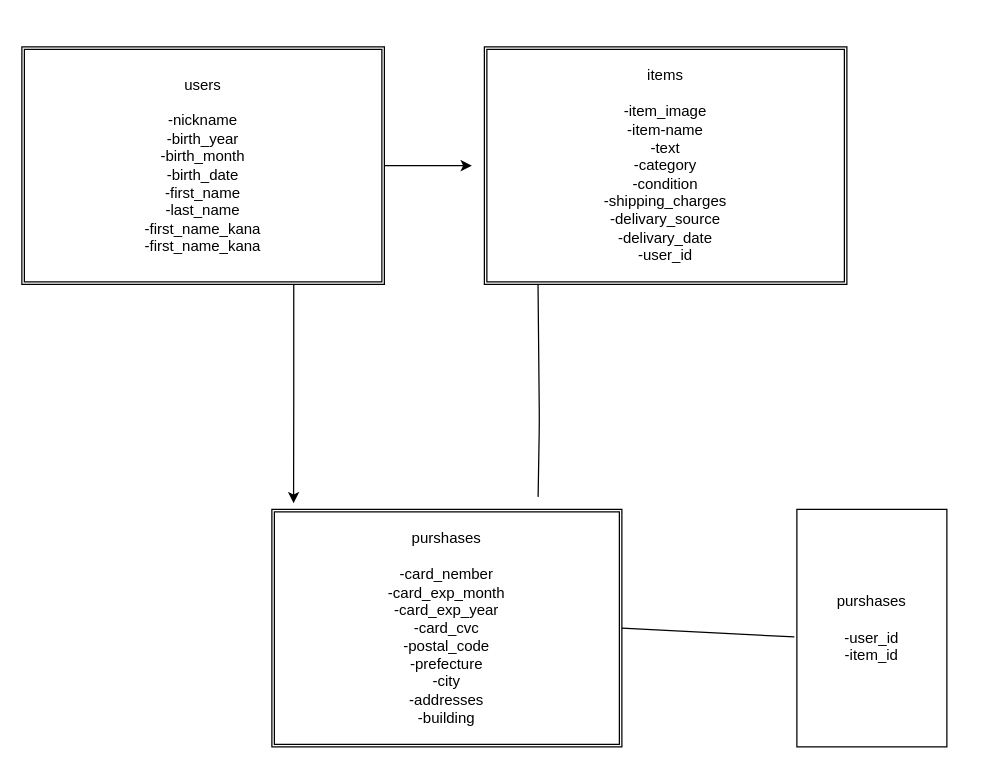
Before: test.dio in ryotanakatsuka/furima-30432, a draw.io diagram. Source tidied: cells renumbered, new cells numbered last; positions are measured from the earlier drawing's top-left corner, leaving out a move shared by most shapes. Both pictures are drawn from the tidied source at 125%, with x=0, y=0 at pixel (21, 46).
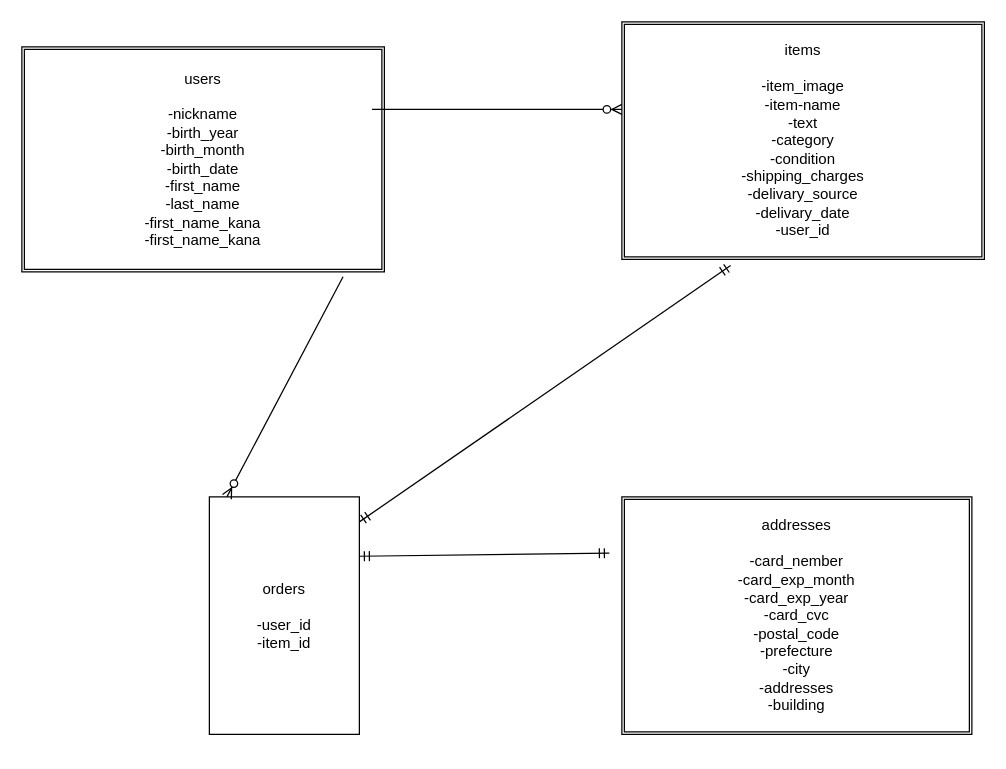
Above is the later version.

The edit, as a diff of the source:
```diff
@@
 <mxGraphModel>
   <root>
     <mxCell id="0" />
     <mxCell id="1" parent="0" />
-    <mxCell id="2" style="edgeStyle=orthogonalEdgeStyle;rounded=0;jettySize=auto;html=1;exitX=1;exitY=0.5;exitDx=0;exitDy=0;" parent="1" edge="1" source="4">
-      <mxGeometry relative="1" as="geometry">
-        <mxPoint x="360" y="95" as="targetPoint" />
-      </mxGeometry>
-    </mxCell>
-    <mxCell id="3" style="edgeStyle=orthogonalEdgeStyle;rounded=0;jettySize=auto;html=1;exitX=0.75;exitY=1;exitDx=0;exitDy=0;entryX=0.062;entryY=-0.026;entryDx=0;entryDy=0;entryPerimeter=0;" parent="1" edge="1" source="4" target="6">
-      <mxGeometry relative="1" as="geometry" />
-    </mxCell>
     <mxCell id="4" value="users&lt;br&gt;&lt;br&gt;-nickname&lt;br&gt;-birth_year&lt;br&gt;-birth_month&lt;br&gt;-birth_date&lt;br&gt;-first_name&lt;br&gt;-last_name&lt;br&gt;-first_name_kana&lt;br&gt;-first_name_kana" style="shape=ext;double=1;rounded=0;whiteSpace=wrap;html=1;" parent="1" vertex="1">
-      <mxGeometry width="290" height="190" as="geometry" />
+      <mxGeometry width="290" height="180" as="geometry" />
     </mxCell>
     <mxCell id="5" value="items&lt;br&gt;&lt;br&gt;-item_image&lt;br&gt;-item-name&lt;br&gt;-text&lt;br&gt;-category&lt;br&gt;-condition&lt;br&gt;-shipping_charges&lt;br&gt;-delivary_source&lt;br&gt;-delivary_date&lt;br&gt;-user_id" style="shape=ext;double=1;rounded=0;whiteSpace=wrap;html=1;" parent="1" vertex="1">
-      <mxGeometry x="370" width="290" height="190" as="geometry" />
+      <mxGeometry x="480" y="-20" width="290" height="190" as="geometry" />
     </mxCell>
-    <mxCell id="6" value="purshases&lt;br&gt;&lt;br&gt;-card_nember&lt;br&gt;-card_exp_month&lt;br&gt;-card_exp_year&lt;br&gt;-card_cvc&lt;br&gt;-postal_code&lt;br&gt;-prefecture&lt;br&gt;-city&lt;br&gt;-addresses&lt;br&gt;-building&lt;br&gt;" style="shape=ext;double=1;rounded=0;whiteSpace=wrap;html=1;" parent="1" vertex="1">
-      <mxGeometry x="200" y="370" width="280" height="190" as="geometry" />
-    </mxCell>
-    <mxCell id="7" value="&lt;span&gt;purshases&lt;br&gt;&lt;br&gt;&lt;/span&gt;-user_id&lt;br&gt;-item_id&lt;span&gt;&lt;br&gt;&lt;/span&gt;" style="rounded=0;whiteSpace=wrap;html=1;" parent="1" vertex="1">
-      <mxGeometry x="620" y="370" width="120" height="190" as="geometry" />
+    <mxCell id="7" value="&lt;span&gt;orders&lt;br&gt;&lt;br&gt;&lt;/span&gt;-user_id&lt;br&gt;-item_id&lt;span&gt;&lt;br&gt;&lt;/span&gt;" style="rounded=0;whiteSpace=wrap;html=1;" parent="1" vertex="1">
+      <mxGeometry x="150" y="360" width="120" height="190" as="geometry" />
     </mxCell>
-    <mxCell id="8" style="endArrow=none;html=1;entryX=0.148;entryY=1;entryDx=0;entryDy=0;entryPerimeter=0;" parent="1" edge="1" target="5">
-      <mxGeometry relative="1" as="geometry">
-        <mxPoint x="413" y="360" as="sourcePoint" />
-        <Array as="points">
-          <mxPoint x="414" y="300" />
-        </Array>
-      </mxGeometry>
-    </mxCell>
-    <mxCell id="9" style="endArrow=none;html=1;entryX=-0.017;entryY=0.537;entryDx=0;entryDy=0;entryPerimeter=0;exitX=1;exitY=0.5;exitDx=0;exitDy=0;" parent="1" edge="1" source="6" target="7">
-      <mxGeometry relative="1" as="geometry" />
-    </mxCell>
+    <mxCell id="10" value="addresses&lt;br&gt;&lt;br&gt;-card_nember&lt;br&gt;-card_exp_month&lt;br&gt;-card_exp_year&lt;br&gt;-card_cvc&lt;br&gt;-postal_code&lt;br&gt;-prefecture&lt;br&gt;-city&lt;br&gt;-addresses&lt;br&gt;-building" style="shape=ext;double=1;rounded=0;whiteSpace=wrap;html=1;" parent="1" vertex="1">
+      <mxGeometry x="480" y="360" width="280" height="190" as="geometry" />
+    </mxCell>
+    <mxCell id="11" style="fontSize=12;html=1;endArrow=ERzeroToMany;endFill=1;exitX=0.886;exitY=1.022;exitDx=0;exitDy=0;exitPerimeter=0;entryX=0.117;entryY=0;entryDx=0;entryDy=0;entryPerimeter=0;" parent="1" edge="1" source="4" target="7">
+      <mxGeometry relative="1" as="geometry" />
+    </mxCell>
+    <mxCell id="12" style="fontSize=12;html=1;endArrow=ERzeroToMany;endFill=1;exitX=0.966;exitY=0.278;exitDx=0;exitDy=0;exitPerimeter=0;" parent="1" edge="1" source="4">
+      <mxGeometry relative="1" as="geometry">
+        <mxPoint x="480" y="50" as="targetPoint" />
+      </mxGeometry>
+    </mxCell>
+    <mxCell id="13" style="fontSize=12;html=1;endArrow=ERmandOne;startArrow=ERmandOne;entryX=0.3;entryY=1.026;entryDx=0;entryDy=0;entryPerimeter=0;" parent="1" edge="1" target="5">
+      <mxGeometry relative="1" as="geometry">
+        <mxPoint x="270" y="380" as="sourcePoint" />
+        <Array as="points">
+          <mxPoint x="270" y="380" />
+        </Array>
+      </mxGeometry>
+    </mxCell>
+    <mxCell id="14" style="fontSize=12;html=1;endArrow=ERmandOne;startArrow=ERmandOne;exitX=1;exitY=0.25;exitDx=0;exitDy=0;" parent="1" edge="1" source="7">
+      <mxGeometry relative="1" as="geometry">
+        <mxPoint x="470" y="405" as="targetPoint" />
+      </mxGeometry>
+    </mxCell>
   </root>
 </mxGraphModel>
```
